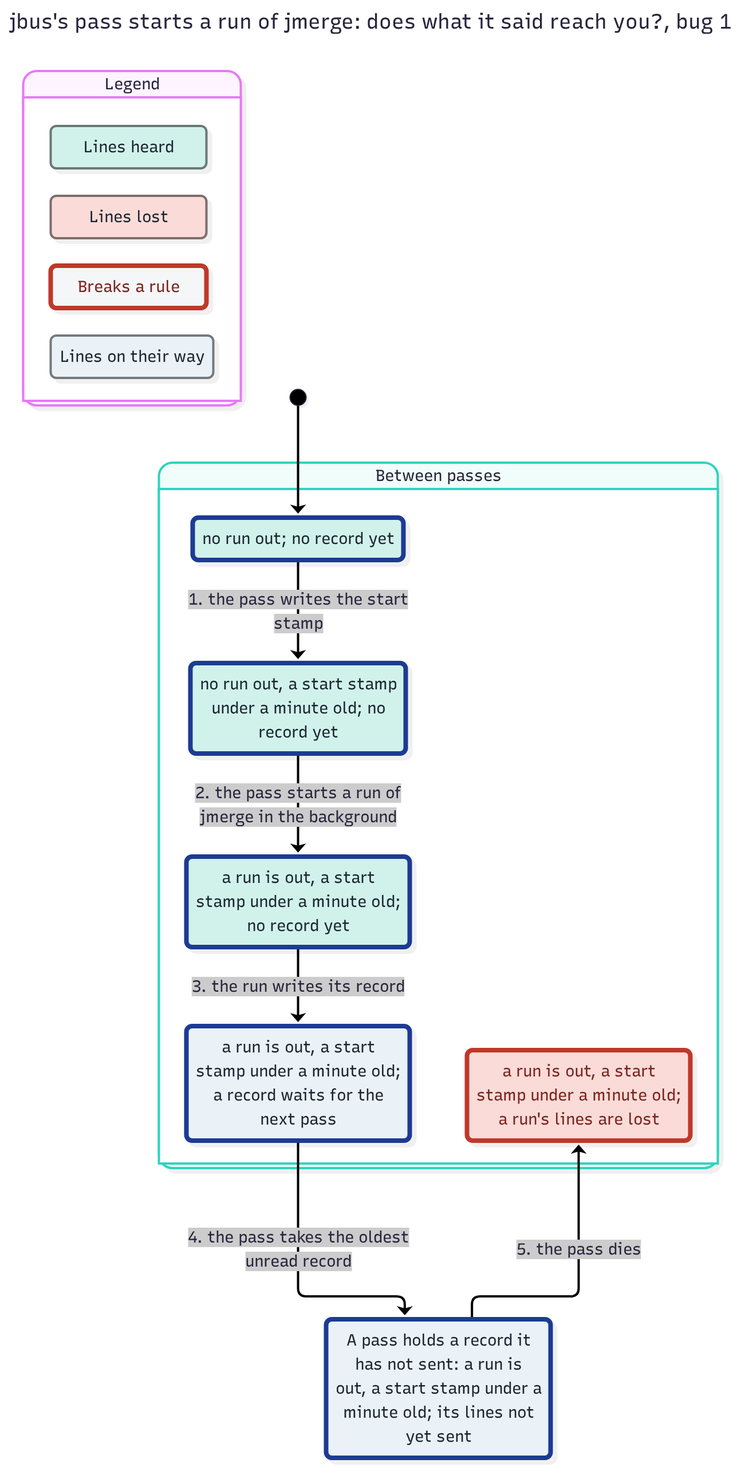
Before: features/jmerge/spec/MergeRun-statechart/bug-1.png, a diagram exported from Mermaid (JoshuaHayesWasHere/jstack). Its source is kept beside it as features/jmerge/spec/MergeRun-statechart/bug-1.mmd. Source of this version:
```mermaid
---
title: "jbus's pass starts a run of jmerge: does what it said reach you?, bug 1"
config:
  markdownAutoWrap: false
  state:
    useMaxWidth: false
---
stateDiagram-v2
  classDef plainWrong fill:#f4f6f7,stroke:#c0392b,stroke-width:4px,color:#7b241c
  classDef group0 fill:#d1f2eb,stroke:#697976,color:#1b2631
  classDef group0Path fill:#d1f2eb,stroke:#1f3a93,stroke-width:4px,color:#1b2631
  classDef group1 fill:#eaf2f8,stroke:#75797c,color:#1b2631
  classDef group1Path fill:#eaf2f8,stroke:#1f3a93,stroke-width:4px,color:#1b2631
  classDef group3 fill:#fadbd8,stroke:#7d6e6c,color:#1b2631
  classDef group3Wrong fill:#fadbd8,stroke:#c0392b,stroke-width:4px,color:#7b241c
  state "Legend" as legend {
    state "Lines heard" as legendGroup0
    state "Lines on their way" as legendGroup1
    state "Lines lost" as legendGroup3
    state "Breaks a rule" as legendWrong
  }
  class legendGroup0 group0
  class legendGroup1 group1
  class legendGroup3 group3
  class legendWrong plainWrong
  state "Between passes" as g0 {
    state "a run is out, a start<br/>stamp under a minute old;<br/>a record waits for the<br/>next pass" as s0
    state "a run is out, a start<br/>stamp under a minute old;<br/>a run's lines are lost" as s1
    state "a run is out, a start<br/>stamp under a minute old;<br/>no record yet" as s2
    state "no run out, a start stamp<br/>under a minute old; no<br/>record yet" as s3
    state "no run out; no record yet" as s4
  }
  state "A pass holds a record it<br/>has not sent: a run is<br/>out, a start stamp under a<br/>minute old; its lines not<br/>yet sent" as s5
  [*] --> s4
  s4 --> s3 : 1. the pass writes the start<br/>stamp
  s3 --> s2 : 2. the pass starts a run of<br/>jmerge in the background
  s2 --> s0 : 3. the run writes its record
  s0 --> s5 : 4. the pass takes the oldest<br/>unread record
  s5 --> s1 : 5. the pass dies
  class s5 group1Path
  class s0 group1Path
  class s1 group3Wrong
  class s2 group0Path
  class s3 group0Path
  class s4 group0Path
```
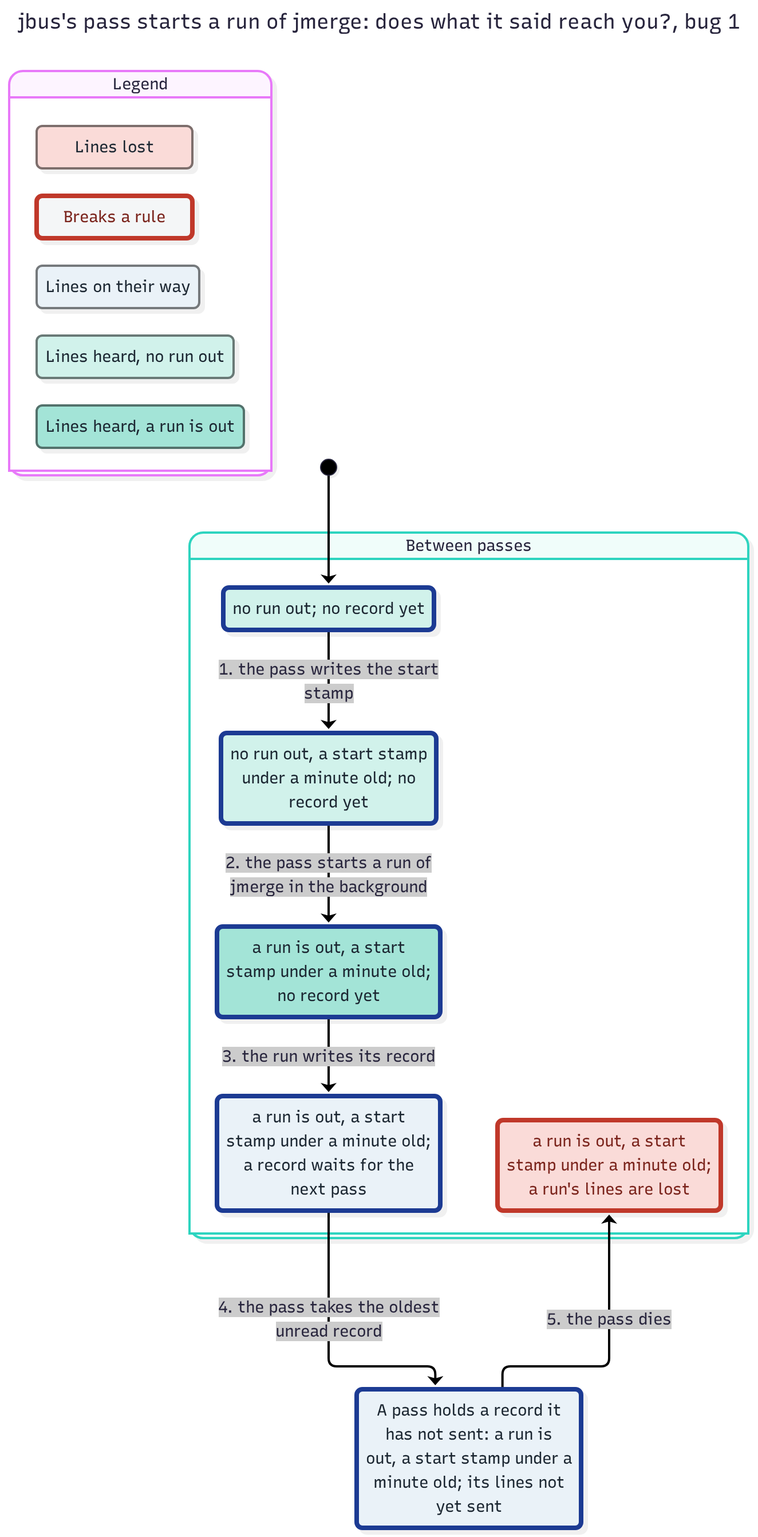
Later version of the same file.

The edit, as a diff of the source:
```diff
@@ -9,19 +9,23 @@
   classDef plainWrong fill:#f4f6f7,stroke:#c0392b,stroke-width:4px,color:#7b241c
   classDef group0 fill:#d1f2eb,stroke:#697976,color:#1b2631
   classDef group0Path fill:#d1f2eb,stroke:#1f3a93,stroke-width:4px,color:#1b2631
-  classDef group1 fill:#eaf2f8,stroke:#75797c,color:#1b2631
-  classDef group1Path fill:#eaf2f8,stroke:#1f3a93,stroke-width:4px,color:#1b2631
-  classDef group3 fill:#fadbd8,stroke:#7d6e6c,color:#1b2631
-  classDef group3Wrong fill:#fadbd8,stroke:#c0392b,stroke-width:4px,color:#7b241c
+  classDef group1 fill:#a3e4d7,stroke:#52726c,color:#1b2631
+  classDef group1Path fill:#a3e4d7,stroke:#1f3a93,stroke-width:4px,color:#1b2631
+  classDef group2 fill:#eaf2f8,stroke:#75797c,color:#1b2631
+  classDef group2Path fill:#eaf2f8,stroke:#1f3a93,stroke-width:4px,color:#1b2631
+  classDef group5 fill:#fadbd8,stroke:#7d6e6c,color:#1b2631
+  classDef group5Wrong fill:#fadbd8,stroke:#c0392b,stroke-width:4px,color:#7b241c
   state "Legend" as legend {
-    state "Lines heard" as legendGroup0
-    state "Lines on their way" as legendGroup1
-    state "Lines lost" as legendGroup3
+    state "Lines heard, no run out" as legendGroup0
+    state "Lines heard, a run is out" as legendGroup1
+    state "Lines on their way" as legendGroup2
+    state "Lines lost" as legendGroup5
     state "Breaks a rule" as legendWrong
   }
   class legendGroup0 group0
   class legendGroup1 group1
-  class legendGroup3 group3
+  class legendGroup2 group2
+  class legendGroup5 group5
   class legendWrong plainWrong
   state "Between passes" as g0 {
     state "a run is out, a start<br/>stamp under a minute old;<br/>a record waits for the<br/>next pass" as s0
@@ -37,9 +41,9 @@
   s2 --> s0 : 3. the run writes its record
   s0 --> s5 : 4. the pass takes the oldest<br/>unread record
   s5 --> s1 : 5. the pass dies
-  class s5 group1Path
-  class s0 group1Path
-  class s1 group3Wrong
-  class s2 group0Path
+  class s5 group2Path
+  class s0 group2Path
+  class s1 group5Wrong
+  class s2 group1Path
   class s3 group0Path
   class s4 group0Path
```
